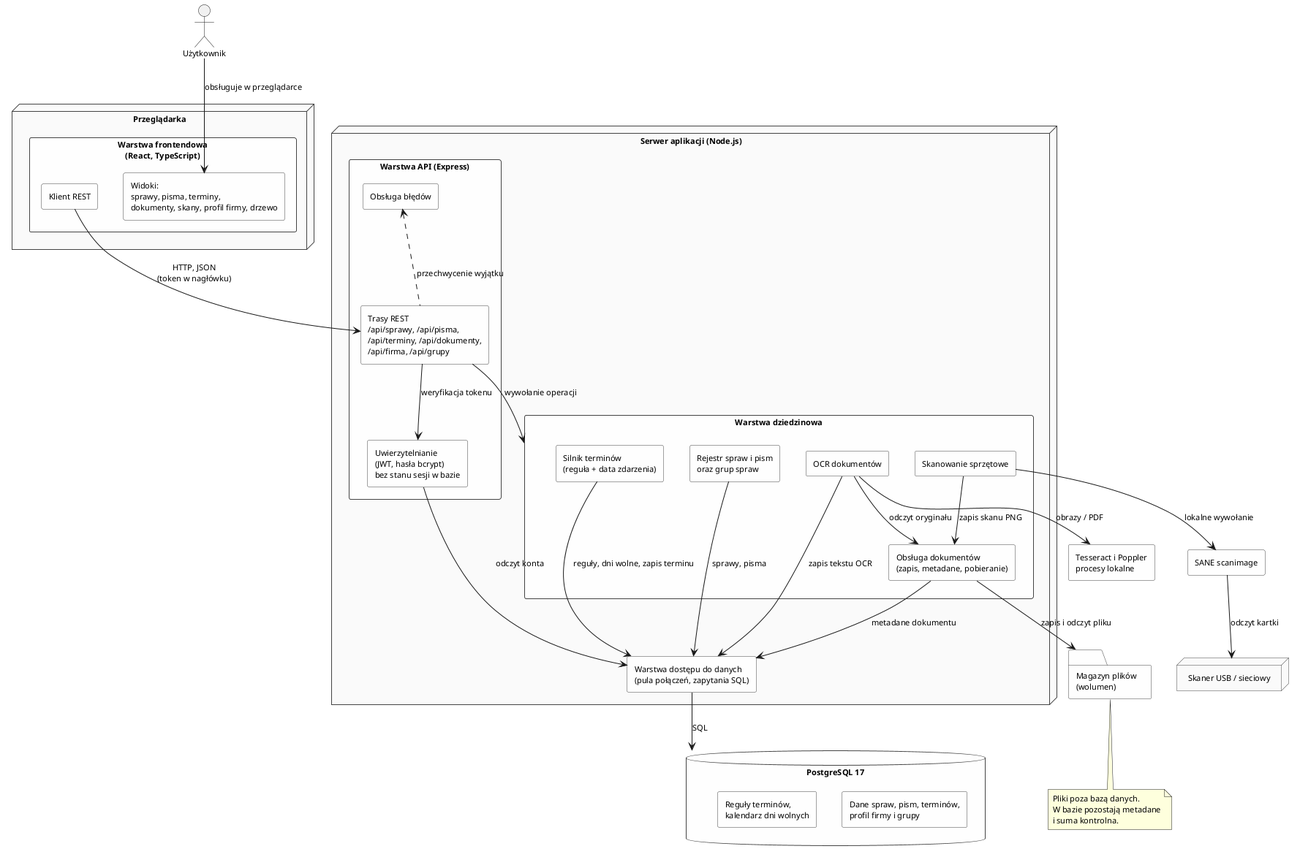
Above: docs/diagramy/architektura.png in adminroan24/sprawnik (PlantUML), before the change.
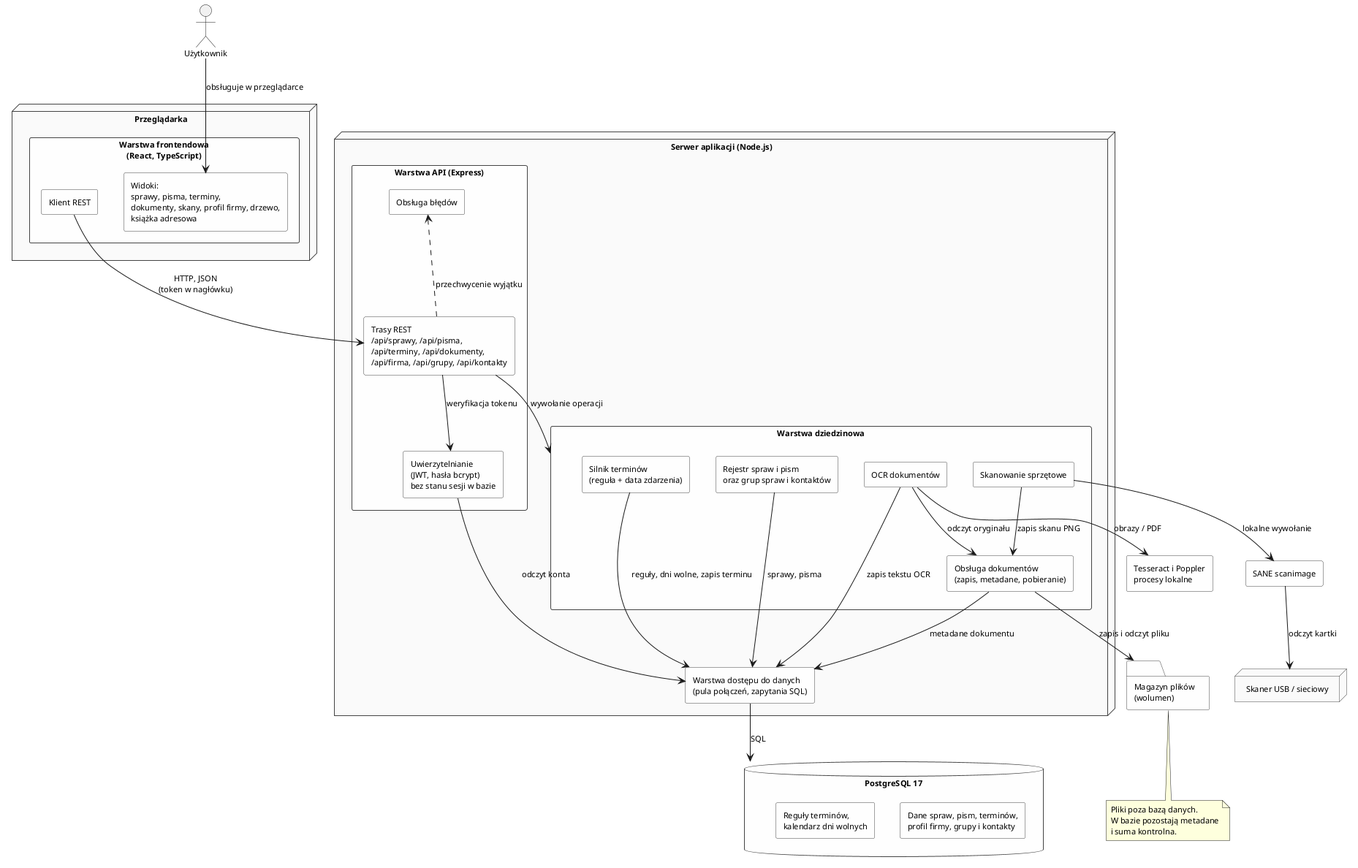
The same file after the commit.

The edit, as a diff of the source:
```diff
@@ -25,14 +25,14 @@
 
 node "Przeglądarka" {
   component "Warstwa frontendowa\n(React, TypeScript)" as FE {
-    component "Widoki:\nsprawy, pisma, terminy,\ndokumenty, skany, profil firmy, drzewo" as WIDOKI
+    component "Widoki:\nsprawy, pisma, terminy,\ndokumenty, skany, profil firmy, drzewo,\nksiążka adresowa" as WIDOKI
     component "Klient REST" as KLIENT
   }
 }
 
 node "Serwer aplikacji (Node.js)" {
   component "Warstwa API (Express)" as API {
-    component "Trasy REST\n/api/sprawy, /api/pisma,\n/api/terminy, /api/dokumenty,\n/api/firma, /api/grupy" as TRASY
+    component "Trasy REST\n/api/sprawy, /api/pisma,\n/api/terminy, /api/dokumenty,\n/api/firma, /api/grupy, /api/kontakty" as TRASY
     component "Uwierzytelnianie\n(JWT, hasła bcrypt)\nbez stanu sesji w bazie" as AUTH
     component "Obsługa błędów" as BLEDY
   }
@@ -40,7 +40,7 @@
   component "Warstwa dziedzinowa" as DZIEDZINA {
     component "Silnik terminów\n(reguła + data zdarzenia)" as SILNIK
     component "Obsługa dokumentów\n(zapis, metadane, pobieranie)" as DOKUMENTY
-    component "Rejestr spraw i pism\noraz grup spraw" as REJESTR
+    component "Rejestr spraw i pism\noraz grup spraw i kontaktów" as REJESTR
     component "OCR dokumentów" as OCR
     component "Skanowanie sprzętowe" as SKANOWANIE
   }
@@ -49,7 +49,7 @@
 }
 
 database "PostgreSQL 17" as DB {
-  component "Dane spraw, pism, terminów,\nprofil firmy i grupy" as TABELE
+  component "Dane spraw, pism, terminów,\nprofil firmy, grupy i kontakty" as TABELE
   component "Reguły terminów,\nkalendarz dni wolnych" as KONFIG
 }
 
```
